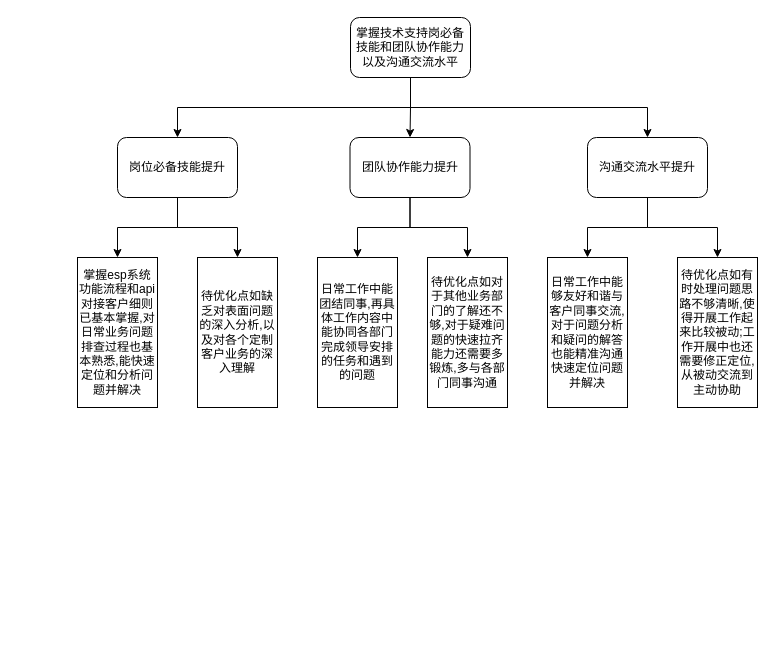
18627228022/MyFirst keeps this draw.io diagram as 未命名绘图.drawio. Above is the earlier version. Source tidied: cells renumbered, new cells numbered last; positions are measured from the earlier drawing's top-left corner, leaving out a move shared by most shapes. Both pictures are drawn from the tidied source at 100%, with x=0, y=0 at pixel (77, 17).
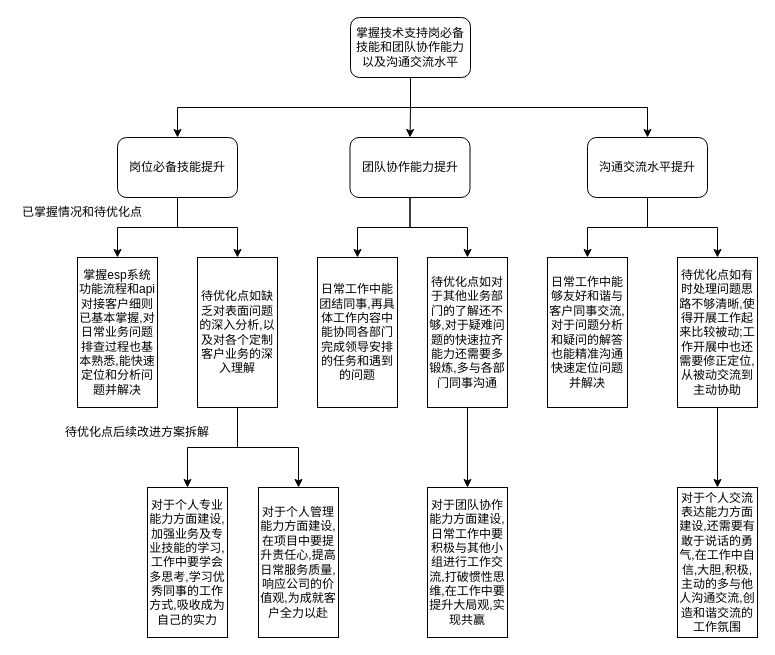
The same diagram, later.

Commit message:
三个月总结.drawio

Unchanged cells that the change refers to:
```xml
<mxCell id="16" value="待优化点如缺乏对表面问题的深入分析,以及对各个定制客户业务的深入理解" style="rounded=0;whiteSpace=wrap;html=1;" parent="1" vertex="1">
  <mxGeometry x="120" y="240" width="80" height="150" as="geometry" />
</mxCell>
<mxCell id="18" value="待优化点如对于其他业务部门的了解还不够,对于疑难问题的快速拉齐能力还需要多锻炼,多与各部门同事沟通" style="rounded=0;whiteSpace=wrap;html=1;" parent="1" vertex="1">
  <mxGeometry x="350" y="240" width="80" height="150" as="geometry" />
</mxCell>
<mxCell id="20" value="待优化点如有时处理问题思路不够清晰,使得开展工作起来比较被动;工作开展中也还需要修正定位,从被动交流到主动协助" style="rounded=0;whiteSpace=wrap;html=1;" parent="1" vertex="1">
  <mxGeometry x="600" y="240" width="80" height="150" as="geometry" />
</mxCell>
```

Diff of the diagram source:
```diff
@@
+    <mxCell id="21" style="edgeStyle=orthogonalEdgeStyle;rounded=0;jettySize=auto;html=1;exitX=0.5;exitY=1;exitDx=0;exitDy=0;" parent="1" edge="1" source="16" target="25">
+      <mxGeometry relative="1" as="geometry" />
+    </mxCell>
+    <mxCell id="22" style="edgeStyle=orthogonalEdgeStyle;rounded=0;jettySize=auto;html=1;exitX=0.5;exitY=1;exitDx=0;exitDy=0;" parent="1" edge="1" source="16" target="26">
+      <mxGeometry relative="1" as="geometry" />
+    </mxCell>
@@
+    <mxCell id="23" style="edgeStyle=orthogonalEdgeStyle;rounded=0;jettySize=auto;html=1;exitX=0.5;exitY=1;exitDx=0;exitDy=0;" parent="1" edge="1" source="18" target="27">
+      <mxGeometry relative="1" as="geometry" />
+    </mxCell>
@@
+    <mxCell id="24" style="edgeStyle=orthogonalEdgeStyle;rounded=0;jettySize=auto;html=1;exitX=0.5;exitY=1;exitDx=0;exitDy=0;" parent="1" edge="1" source="20" target="28">
+      <mxGeometry relative="1" as="geometry" />
+    </mxCell>
@@
+    <mxCell id="25" value="对于个人专业能力方面建设,加强业务及专业技能的学习,工作中要学会多思考,学习优秀同事的工作方式,吸收成为自己的实力" style="rounded=0;whiteSpace=wrap;html=1;" parent="1" vertex="1">
+      <mxGeometry x="70" y="470" width="80" height="150" as="geometry" />
+    </mxCell>
+    <mxCell id="26" value="对于个人管理能力方面建设,在项目中要提升责任心,提高日常服务质量,响应公司的价值观,为成就客户全力以赴" style="rounded=0;whiteSpace=wrap;html=1;" parent="1" vertex="1">
+      <mxGeometry x="181" y="470" width="80" height="150" as="geometry" />
+    </mxCell>
+    <mxCell id="27" value="对于团队协作能力方面建设,日常工作中要积极与其他小组进行工作交流,打破惯性思维,在工作中要提升大局观,实现共赢" style="rounded=0;whiteSpace=wrap;html=1;" parent="1" vertex="1">
+      <mxGeometry x="350" y="470" width="80" height="150" as="geometry" />
+    </mxCell>
+    <mxCell id="28" value="对于个人交流表达能力方面建设,还需要有敢于说话的勇气,在工作中自信,大胆,积极,主动的多与他人沟通交流,创造和谐交流的工作氛围" style="rounded=0;whiteSpace=wrap;html=1;" parent="1" vertex="1">
+      <mxGeometry x="600" y="470" width="80" height="150" as="geometry" />
+    </mxCell>
+    <mxCell id="29" value="已掌握情况和待优化点" style="text;html=1;strokeColor=none;fillColor=none;align=center;verticalAlign=middle;whiteSpace=wrap;rounded=0;" parent="1" vertex="1">
+      <mxGeometry x="-60" y="180" width="130" height="30" as="geometry" />
+    </mxCell>
+    <mxCell id="30" value="待优化点后续改进方案拆解" style="text;html=1;strokeColor=none;fillColor=none;align=center;verticalAlign=middle;whiteSpace=wrap;rounded=0;" parent="1" vertex="1">
+      <mxGeometry x="-20" y="400" width="160" height="30" as="geometry" />
+    </mxCell>
```
